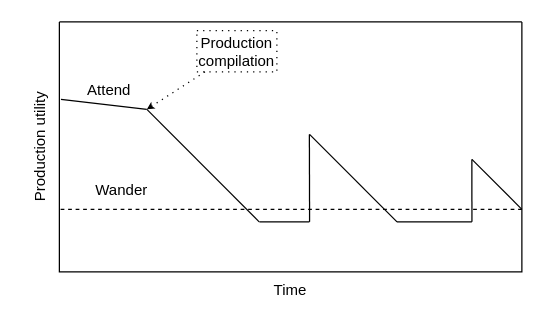
Before: UtilityVsTime.drawio in joshbruegger/CognitiveModellingPractical2022, a draw.io diagram. Source tidied: cells renumbered, new cells numbered last; positions are measured from the earlier drawing's top-left corner, leaving out a move shared by most shapes. Both pictures are drawn from the tidied source at 125%, with x=0, y=0 at pixel (-41, 21).
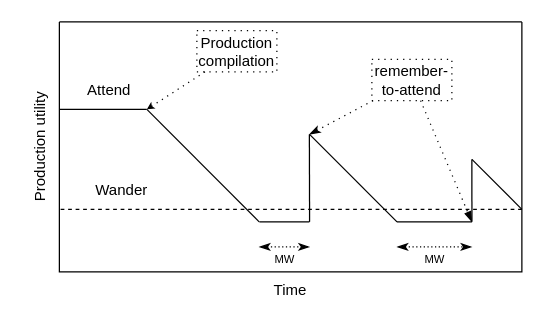
The same diagram, later.

Unchanged cells that the change refers to:
```xml
<mxCell id="2" style="swimlane;startSize=0;fontSize=12;" parent="1" vertex="1">
  <mxGeometry x="80" width="370" height="200" as="geometry" />
</mxCell>
<mxCell id="7" value="Attend" style="text;html=1;strokeColor=none;fillColor=none;align=center;verticalAlign=middle;whiteSpace=wrap;rounded=0;fontSize=12;" parent="2" vertex="1">
  <mxGeometry x="10" y="40" width="60" height="30" as="geometry" />
</mxCell>
<mxCell id="10" value="Production compilation" style="text;html=1;strokeColor=default;fillColor=none;align=center;verticalAlign=middle;whiteSpace=wrap;rounded=0;strokeWidth=1;perimeterSpacing=0;spacingTop=4;spacingBottom=4;spacingLeft=4;spacingRight=4;dashed=1;dashPattern=1 4;" parent="2" vertex="1">
  <mxGeometry x="110" y="7" width="64" height="33" as="geometry" />
</mxCell>
<mxCell id="12" value="Production utility" style="text;html=1;strokeColor=none;fillColor=none;align=center;verticalAlign=middle;whiteSpace=wrap;rounded=0;fontSize=12;rotation=270;" parent="1" vertex="1">
  <mxGeometry y="85" width="130" height="30" as="geometry" />
</mxCell>
```

What changed in the source:
```diff
@@
-    <mxCell id="9" style="edgeStyle=none;html=1;entryX=1;entryY=1;entryDx=0;entryDy=0;targetPerimeterSpacing=0;endSize=3;jumpSize=0;dashed=1;dashPattern=1 4;endArrow=classic;endFill=1;" parent="2" edge="1" source="10" target="7">
-      <mxGeometry relative="1" as="geometry" />
+    <mxCell id="9" style="edgeStyle=none;html=1;targetPerimeterSpacing=0;endSize=3;jumpSize=0;dashed=1;dashPattern=1 4;endArrow=classic;endFill=1;" parent="2" edge="1" source="10">
+      <mxGeometry relative="1" as="geometry">
+        <mxPoint x="70" y="70" as="targetPoint" />
+      </mxGeometry>
     </mxCell>
@@
+    <mxCell id="19" value="remember-to-attend" style="text;html=1;strokeColor=default;fillColor=none;align=center;verticalAlign=middle;whiteSpace=wrap;rounded=0;strokeWidth=1;perimeterSpacing=0;spacingTop=4;spacingBottom=4;spacingLeft=4;spacingRight=4;dashed=1;dashPattern=1 4;" parent="2" vertex="1">
+      <mxGeometry x="250" y="30" width="64" height="33" as="geometry" />
+    </mxCell>
@@
-    <mxCell id="14" style="endArrow=none;html=1;fontSize=12;exitX=0.793;exitY=1.042;exitDx=0;exitDy=0;entryX=0.189;entryY=0.35;entryDx=0;entryDy=0;entryPerimeter=0;exitPerimeter=0;" parent="1" edge="1" source="12" target="2">
-      <mxGeometry relative="1" as="geometry" />
+    <mxCell id="14" style="endArrow=none;html=1;fontSize=12;entryX=0.189;entryY=0.35;entryDx=0;entryDy=0;entryPerimeter=0;" parent="1" edge="1" target="2">
+      <mxGeometry relative="1" as="geometry">
+        <mxPoint x="80" y="70" as="sourcePoint" />
+      </mxGeometry>
     </mxCell>
@@
+    <mxCell id="20" value="MW" style="endArrow=classicThin;startArrow=classicThin;html=1;entryX=0.541;entryY=0.9;entryDx=0;entryDy=0;entryPerimeter=0;exitX=0.432;exitY=0.9;exitDx=0;exitDy=0;exitPerimeter=0;endFill=1;dashed=1;dashPattern=1 2;startFill=1;labelPosition=center;verticalLabelPosition=middle;align=center;verticalAlign=middle;fontSize=9;" parent="1" edge="1" source="2" target="2">
+      <mxGeometry y="-10" relative="1" as="geometry" />
+    </mxCell>
+    <mxCell id="21" value="MW" style="endArrow=classicThin;startArrow=classicThin;html=1;exitX=0.73;exitY=0.9;exitDx=0;exitDy=0;exitPerimeter=0;endFill=1;dashed=1;dashPattern=1 2;startFill=1;fontSize=9;" parent="1" edge="1" source="2">
+      <mxGeometry y="-10" relative="1" as="geometry">
+        <mxPoint x="410" y="180" as="targetPoint" />
+      </mxGeometry>
+    </mxCell>
+    <mxCell id="22" style="edgeStyle=none;html=1;dashed=1;dashPattern=1 4;startArrow=none;startFill=0;endArrow=classicThin;endFill=1;" parent="1" edge="1" source="19">
+      <mxGeometry relative="1" as="geometry">
+        <mxPoint x="280" y="90" as="targetPoint" />
+      </mxGeometry>
+    </mxCell>
+    <mxCell id="23" style="edgeStyle=none;html=1;dashed=1;dashPattern=1 4;fontSize=10;startArrow=none;startFill=0;endArrow=blockThin;endFill=1;" parent="1" edge="1" source="19">
+      <mxGeometry relative="1" as="geometry">
+        <mxPoint x="410" y="160" as="targetPoint" />
+      </mxGeometry>
+    </mxCell>
```
